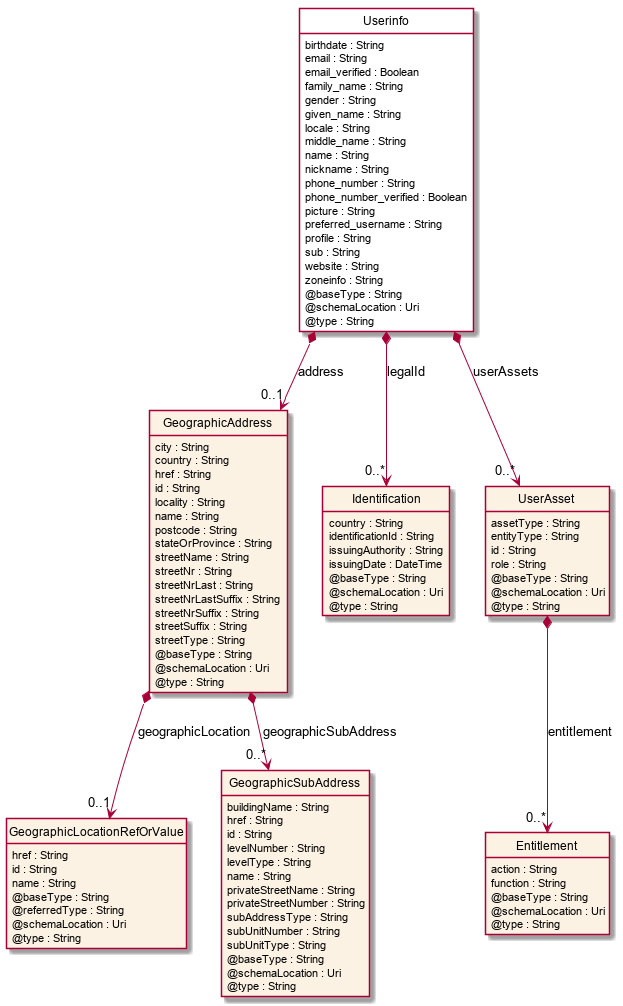
This is apis/TMF691_Federated_ID/documentation/diagrams/Resource_Userinfo.png from tmforum-apis/Open_Api_And_Data_Model, a PlantUML export, as it was before one commit. Its diagram source:
```plantuml
@startuml
hide circle
hide methods
hide stereotype
show <<Enumeration>> stereotype
skinparam class {
   BackgroundColor<<Enumeration>> #E6F5F7
   BackgroundColor<<Ref>> #FFFFE0
   BackgroundColor<<Pivot>> #FFFFFFF
   BackgroundColor #FCF2E3
}

class Userinfo  <<Pivot>> {
    birthdate : String
    email : String
    email_verified : Boolean
    family_name : String
    gender : String
    given_name : String
    locale : String
    middle_name : String
    name : String
    nickname : String
    phone_number : String
    phone_number_verified : Boolean
    picture : String
    preferred_username : String
    profile : String
    sub : String
    website : String
    zoneinfo : String
    @baseType : String
    @schemaLocation : Uri
    @type : String
}

class GeographicAddress  {
    city : String
    country : String
    href : String
    id : String
    locality : String
    name : String
    postcode : String
    stateOrProvince : String
    streetName : String
    streetNr : String
    streetNrLast : String
    streetNrLastSuffix : String
    streetNrSuffix : String
    streetSuffix : String
    streetType : String
    @baseType : String
    @schemaLocation : Uri
    @type : String
}

class GeographicLocationRefOrValue  {
    href : String
    id : String
    name : String
    @baseType : String
    @referredType : String
    @schemaLocation : Uri
    @type : String
}

class GeographicSubAddress  {
    buildingName : String
    href : String
    id : String
    levelNumber : String
    levelType : String
    name : String
    privateStreetName : String
    privateStreetNumber : String
    subAddressType : String
    subUnitNumber : String
    subUnitType : String
    @baseType : String
    @schemaLocation : Uri
    @type : String
}

class Identification  {
    country : String
    identificationId : String
    issuingAuthority : String
    issuingDate : DateTime
    @baseType : String
    @schemaLocation : Uri
    @type : String
}

class UserAsset  {
    assetType : String
    entityType : String
    id : String
    role : String
    @baseType : String
    @schemaLocation : Uri
    @type : String
}

class Entitlement  {
    action : String
    function : String
    @baseType : String
    @schemaLocation : Uri
    @type : String
}

Userinfo *-->  "0..*" Identification : legalId

Userinfo *-->  "0..*" UserAsset : userAssets

Userinfo *-->  "0..1" GeographicAddress : address

GeographicAddress *-->  "0..1" GeographicLocationRefOrValue : geographicLocation

GeographicAddress *-->  "0..*" GeographicSubAddress : geographicSubAddress

UserAsset *-->  "0..*" Entitlement : entitlement

@enduml
```
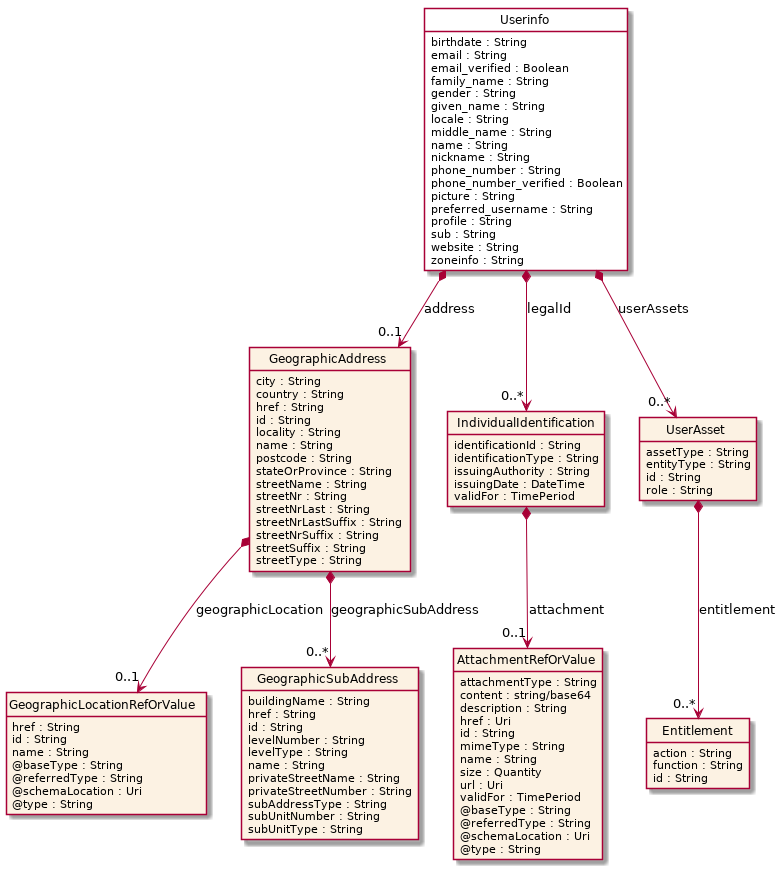
The same file after the commit.

What changed in the source:
```diff
@@ -29,9 +29,6 @@
     sub : String
     website : String
     zoneinfo : String
-    @baseType : String
-    @schemaLocation : Uri
-    @type : String
 }
 
 class GeographicAddress  {
@@ -50,9 +47,6 @@
     streetNrSuffix : String
     streetSuffix : String
     streetType : String
-    @baseType : String
-    @schemaLocation : Uri
-    @type : String
 }
 
 class GeographicLocationRefOrValue  {
@@ -77,17 +71,29 @@
     subAddressType : String
     subUnitNumber : String
     subUnitType : String
-    @baseType : String
-    @schemaLocation : Uri
-    @type : String
 }
 
-class Identification  {
-    country : String
+class IndividualIdentification  {
     identificationId : String
+    identificationType : String
     issuingAuthority : String
     issuingDate : DateTime
+    validFor : TimePeriod
+}
+
+class AttachmentRefOrValue  {
+    attachmentType : String
+    content : string/base64
+    description : String
+    href : Uri
+    id : String
+    mimeType : String
+    name : String
+    size : Quantity
+    url : Uri
+    validFor : TimePeriod
     @baseType : String
+    @referredType : String
     @schemaLocation : Uri
     @type : String
 }
@@ -97,22 +103,17 @@
     entityType : String
     id : String
     role : String
-    @baseType : String
-    @schemaLocation : Uri
-    @type : String
 }
 
 class Entitlement  {
     action : String
     function : String
-    @baseType : String
-    @schemaLocation : Uri
-    @type : String
+    id : String
 }
 
-Userinfo *-->  "0..*" Identification : legalId
+Userinfo *-->  "0..*" UserAsset : userAssets
 
-Userinfo *-->  "0..*" UserAsset : userAssets
+Userinfo *-->  "0..*" IndividualIdentification : legalId
 
 Userinfo *-->  "0..1" GeographicAddress : address
 
@@ -120,6 +121,8 @@
 
 GeographicAddress *-->  "0..*" GeographicSubAddress : geographicSubAddress
 
+IndividualIdentification *-->  "0..1" AttachmentRefOrValue : attachment
+
 UserAsset *-->  "0..*" Entitlement : entitlement
 
 @enduml
```
